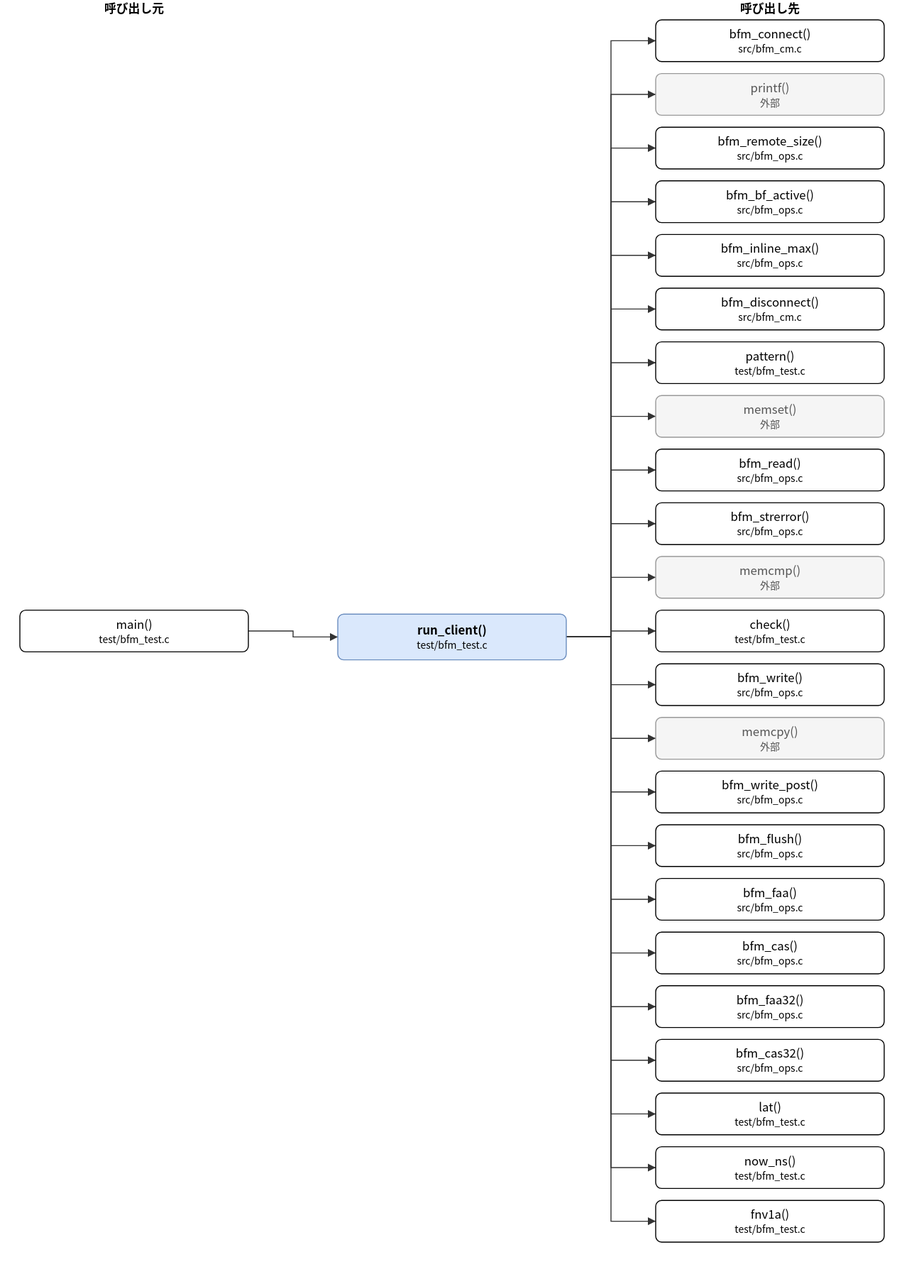
Before: doc/spec/images/call_test_bfm_test-run_client.drawio.svg, a diagram exported from draw.io (hf355051012-ai/bfmem). Source tidied: cells renumbered, new cells last; positions are measured from the earlier drawing's top-left corner, leaving out a move shared by most shapes.
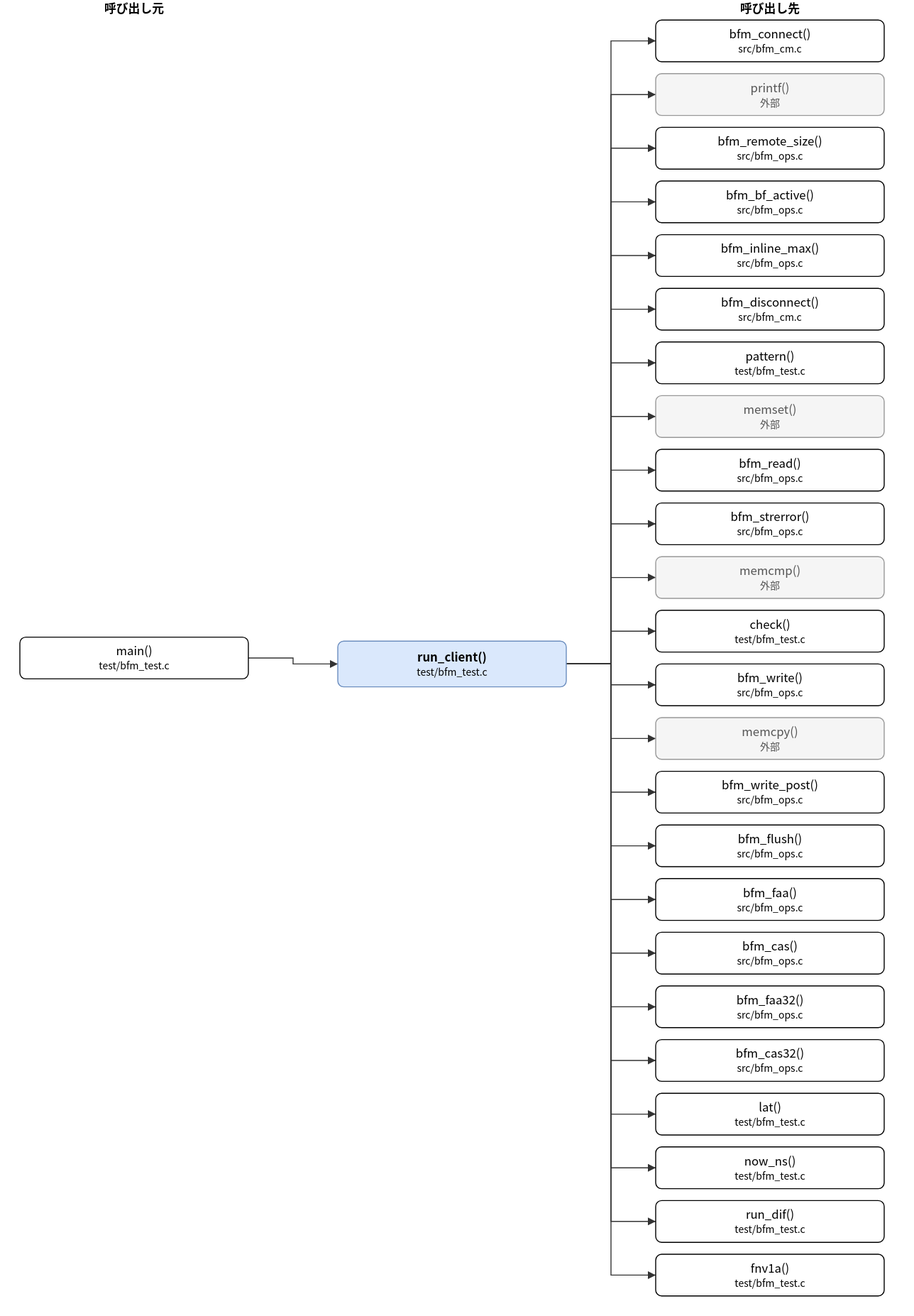
Later version of the same file.

Diff of the diagram source:
```diff
@@ -3,10 +3,10 @@
     <mxCell id="0" />
     <mxCell id="1" parent="0" />
     <mxCell id="2" value="run_client()&lt;br&gt;&lt;font style=&quot;font-size:10px&quot;&gt;test/bfm_test.c&lt;/font&gt;" style="rounded=1;whiteSpace=wrap;html=1;fillColor=#dae8fc;strokeColor=#6c8ebf;fontStyle=1;" parent="1" vertex="1">
-      <mxGeometry x="320" y="618" width="230" height="46" as="geometry" />
+      <mxGeometry x="320" y="645" width="230" height="46" as="geometry" />
     </mxCell>
     <mxCell id="3" value="main()&lt;br&gt;&lt;font style=&quot;font-size:10px&quot;&gt;test/bfm_test.c&lt;/font&gt;" style="rounded=1;whiteSpace=wrap;html=1;" parent="1" vertex="1">
-      <mxGeometry y="614" width="230" height="42" as="geometry" />
+      <mxGeometry y="641" width="230" height="42" as="geometry" />
     </mxCell>
     <mxCell id="4" value="bfm_connect()&lt;br&gt;&lt;font style=&quot;font-size:10px&quot;&gt;src/bfm_cm.c&lt;/font&gt;" style="rounded=1;whiteSpace=wrap;html=1;" parent="1" vertex="1">
       <mxGeometry x="640" y="20" width="230" height="42" as="geometry" />
@@ -74,21 +74,24 @@
     <mxCell id="25" value="now_ns()&lt;br&gt;&lt;font style=&quot;font-size:10px&quot;&gt;test/bfm_test.c&lt;/font&gt;" style="rounded=1;whiteSpace=wrap;html=1;" parent="1" vertex="1">
       <mxGeometry x="640" y="1154" width="230" height="42" as="geometry" />
     </mxCell>
-    <mxCell id="26" value="fnv1a()&lt;br&gt;&lt;font style=&quot;font-size:10px&quot;&gt;test/bfm_test.c&lt;/font&gt;" style="rounded=1;whiteSpace=wrap;html=1;" parent="1" vertex="1">
+    <mxCell id="26" value="run_dif()&lt;br&gt;&lt;font style=&quot;font-size:10px&quot;&gt;test/bfm_test.c&lt;/font&gt;" style="rounded=1;whiteSpace=wrap;html=1;" parent="1" vertex="1">
       <mxGeometry x="640" y="1208" width="230" height="42" as="geometry" />
     </mxCell>
+    <mxCell id="53" value="fnv1a()&lt;br&gt;&lt;font style=&quot;font-size:10px&quot;&gt;test/bfm_test.c&lt;/font&gt;" style="rounded=1;whiteSpace=wrap;html=1;" parent="1" vertex="1">
+      <mxGeometry x="640" y="1262" width="230" height="42" as="geometry" />
+    </mxCell>
     <mxCell id="27" style="edgeStyle=none;html=1;rounded=0;endArrow=block;endFill=1;exitX=1.0000;exitY=0.5000;exitDx=0;exitDy=0;exitPerimeter=0;entryX=0.0000;entryY=0.5000;entryDx=0;entryDy=0;entryPerimeter=0;" parent="1" edge="1" source="3" target="2">
       <mxGeometry relative="1" as="geometry">
         <Array as="points">
-          <mxPoint x="275" y="635" />
-          <mxPoint x="275" y="641" />
+          <mxPoint x="275" y="662" />
+          <mxPoint x="275" y="668" />
         </Array>
       </mxGeometry>
     </mxCell>
     <mxCell id="28" style="edgeStyle=none;html=1;rounded=0;endArrow=block;endFill=1;exitX=1.0000;exitY=0.5000;exitDx=0;exitDy=0;exitPerimeter=0;entryX=0.0000;entryY=0.5000;entryDx=0;entryDy=0;entryPerimeter=0;" parent="1" edge="1" source="2" target="4">
       <mxGeometry relative="1" as="geometry">
         <Array as="points">
-          <mxPoint x="595" y="641" />
+          <mxPoint x="595" y="668" />
           <mxPoint x="595" y="41" />
         </Array>
       </mxGeometry>
@@ -96,7 +99,7 @@
     <mxCell id="29" style="edgeStyle=none;html=1;rounded=0;endArrow=block;endFill=1;exitX=1.0000;exitY=0.5000;exitDx=0;exitDy=0;exitPerimeter=0;entryX=0.0000;entryY=0.5000;entryDx=0;entryDy=0;entryPerimeter=0;" parent="1" edge="1" source="2" target="5">
       <mxGeometry relative="1" as="geometry">
         <Array as="points">
-          <mxPoint x="595" y="641" />
+          <mxPoint x="595" y="668" />
           <mxPoint x="595" y="95" />
         </Array>
       </mxGeometry>
@@ -104,7 +107,7 @@
     <mxCell id="30" style="edgeStyle=none;html=1;rounded=0;endArrow=block;endFill=1;exitX=1.0000;exitY=0.5000;exitDx=0;exitDy=0;exitPerimeter=0;entryX=0.0000;entryY=0.5000;entryDx=0;entryDy=0;entryPerimeter=0;" parent="1" edge="1" source="2" target="6">
       <mxGeometry relative="1" as="geometry">
         <Array as="points">
-          <mxPoint x="595" y="641" />
+          <mxPoint x="595" y="668" />
           <mxPoint x="595" y="149" />
         </Array>
       </mxGeometry>
@@ -112,7 +115,7 @@
     <mxCell id="31" style="edgeStyle=none;html=1;rounded=0;endArrow=block;endFill=1;exitX=1.0000;exitY=0.5000;exitDx=0;exitDy=0;exitPerimeter=0;entryX=0.0000;entryY=0.5000;entryDx=0;entryDy=0;entryPerimeter=0;" parent="1" edge="1" source="2" target="7">
       <mxGeometry relative="1" as="geometry">
         <Array as="points">
-          <mxPoint x="595" y="641" />
+          <mxPoint x="595" y="668" />
           <mxPoint x="595" y="203" />
         </Array>
       </mxGeometry>
@@ -120,7 +123,7 @@
     <mxCell id="32" style="edgeStyle=none;html=1;rounded=0;endArrow=block;endFill=1;exitX=1.0000;exitY=0.5000;exitDx=0;exitDy=0;exitPerimeter=0;entryX=0.0000;entryY=0.5000;entryDx=0;entryDy=0;entryPerimeter=0;" parent="1" edge="1" source="2" target="8">
       <mxGeometry relative="1" as="geometry">
         <Array as="points">
-          <mxPoint x="595" y="641" />
+          <mxPoint x="595" y="668" />
           <mxPoint x="595" y="257" />
         </Array>
       </mxGeometry>
@@ -128,7 +131,7 @@
     <mxCell id="33" style="edgeStyle=none;html=1;rounded=0;endArrow=block;endFill=1;exitX=1.0000;exitY=0.5000;exitDx=0;exitDy=0;exitPerimeter=0;entryX=0.0000;entryY=0.5000;entryDx=0;entryDy=0;entryPerimeter=0;" parent="1" edge="1" source="2" target="9">
       <mxGeometry relative="1" as="geometry">
         <Array as="points">
-          <mxPoint x="595" y="641" />
+          <mxPoint x="595" y="668" />
           <mxPoint x="595" y="311" />
         </Array>
       </mxGeometry>
@@ -136,7 +139,7 @@
     <mxCell id="34" style="edgeStyle=none;html=1;rounded=0;endArrow=block;endFill=1;exitX=1.0000;exitY=0.5000;exitDx=0;exitDy=0;exitPerimeter=0;entryX=0.0000;entryY=0.5000;entryDx=0;entryDy=0;entryPerimeter=0;" parent="1" edge="1" source="2" target="10">
       <mxGeometry relative="1" as="geometry">
         <Array as="points">
-          <mxPoint x="595" y="641" />
+          <mxPoint x="595" y="668" />
           <mxPoint x="595" y="365" />
         </Array>
       </mxGeometry>
@@ -144,7 +147,7 @@
     <mxCell id="35" style="edgeStyle=none;html=1;rounded=0;endArrow=block;endFill=1;exitX=1.0000;exitY=0.5000;exitDx=0;exitDy=0;exitPerimeter=0;entryX=0.0000;entryY=0.5000;entryDx=0;entryDy=0;entryPerimeter=0;" parent="1" edge="1" source="2" target="11">
       <mxGeometry relative="1" as="geometry">
         <Array as="points">
-          <mxPoint x="595" y="641" />
+          <mxPoint x="595" y="668" />
           <mxPoint x="595" y="419" />
         </Array>
       </mxGeometry>
@@ -152,7 +155,7 @@
     <mxCell id="36" style="edgeStyle=none;html=1;rounded=0;endArrow=block;endFill=1;exitX=1.0000;exitY=0.5000;exitDx=0;exitDy=0;exitPerimeter=0;entryX=0.0000;entryY=0.5000;entryDx=0;entryDy=0;entryPerimeter=0;" parent="1" edge="1" source="2" target="12">
       <mxGeometry relative="1" as="geometry">
         <Array as="points">
-          <mxPoint x="595" y="641" />
+          <mxPoint x="595" y="668" />
           <mxPoint x="595" y="473" />
         </Array>
       </mxGeometry>
@@ -160,7 +163,7 @@
     <mxCell id="37" style="edgeStyle=none;html=1;rounded=0;endArrow=block;endFill=1;exitX=1.0000;exitY=0.5000;exitDx=0;exitDy=0;exitPerimeter=0;entryX=0.0000;entryY=0.5000;entryDx=0;entryDy=0;entryPerimeter=0;" parent="1" edge="1" source="2" target="13">
       <mxGeometry relative="1" as="geometry">
         <Array as="points">
-          <mxPoint x="595" y="641" />
+          <mxPoint x="595" y="668" />
           <mxPoint x="595" y="527" />
         </Array>
       </mxGeometry>
@@ -168,7 +171,7 @@
     <mxCell id="38" style="edgeStyle=none;html=1;rounded=0;endArrow=block;endFill=1;exitX=1.0000;exitY=0.5000;exitDx=0;exitDy=0;exitPerimeter=0;entryX=0.0000;entryY=0.5000;entryDx=0;entryDy=0;entryPerimeter=0;" parent="1" edge="1" source="2" target="14">
       <mxGeometry relative="1" as="geometry">
         <Array as="points">
-          <mxPoint x="595" y="641" />
+          <mxPoint x="595" y="668" />
           <mxPoint x="595" y="581" />
         </Array>
       </mxGeometry>
@@ -176,7 +179,7 @@
     <mxCell id="39" style="edgeStyle=none;html=1;rounded=0;endArrow=block;endFill=1;exitX=1.0000;exitY=0.5000;exitDx=0;exitDy=0;exitPerimeter=0;entryX=0.0000;entryY=0.5000;entryDx=0;entryDy=0;entryPerimeter=0;" parent="1" edge="1" source="2" target="15">
       <mxGeometry relative="1" as="geometry">
         <Array as="points">
-          <mxPoint x="595" y="641" />
+          <mxPoint x="595" y="668" />
           <mxPoint x="595" y="635" />
         </Array>
       </mxGeometry>
@@ -184,7 +187,7 @@
     <mxCell id="40" style="edgeStyle=none;html=1;rounded=0;endArrow=block;endFill=1;exitX=1.0000;exitY=0.5000;exitDx=0;exitDy=0;exitPerimeter=0;entryX=0.0000;entryY=0.5000;entryDx=0;entryDy=0;entryPerimeter=0;" parent="1" edge="1" source="2" target="16">
       <mxGeometry relative="1" as="geometry">
         <Array as="points">
-          <mxPoint x="595" y="641" />
+          <mxPoint x="595" y="668" />
           <mxPoint x="595" y="689" />
         </Array>
       </mxGeometry>
@@ -192,7 +195,7 @@
     <mxCell id="41" style="edgeStyle=none;html=1;rounded=0;endArrow=block;endFill=1;exitX=1.0000;exitY=0.5000;exitDx=0;exitDy=0;exitPerimeter=0;entryX=0.0000;entryY=0.5000;entryDx=0;entryDy=0;entryPerimeter=0;" parent="1" edge="1" source="2" target="17">
       <mxGeometry relative="1" as="geometry">
         <Array as="points">
-          <mxPoint x="595" y="641" />
+          <mxPoint x="595" y="668" />
           <mxPoint x="595" y="743" />
         </Array>
       </mxGeometry>
@@ -200,7 +203,7 @@
     <mxCell id="42" style="edgeStyle=none;html=1;rounded=0;endArrow=block;endFill=1;exitX=1.0000;exitY=0.5000;exitDx=0;exitDy=0;exitPerimeter=0;entryX=0.0000;entryY=0.5000;entryDx=0;entryDy=0;entryPerimeter=0;" parent="1" edge="1" source="2" target="18">
       <mxGeometry relative="1" as="geometry">
         <Array as="points">
-          <mxPoint x="595" y="641" />
+          <mxPoint x="595" y="668" />
           <mxPoint x="595" y="797" />
         </Array>
       </mxGeometry>
@@ -208,7 +211,7 @@
     <mxCell id="43" style="edgeStyle=none;html=1;rounded=0;endArrow=block;endFill=1;exitX=1.0000;exitY=0.5000;exitDx=0;exitDy=0;exitPerimeter=0;entryX=0.0000;entryY=0.5000;entryDx=0;entryDy=0;entryPerimeter=0;" parent="1" edge="1" source="2" target="19">
       <mxGeometry relative="1" as="geometry">
         <Array as="points">
-          <mxPoint x="595" y="641" />
+          <mxPoint x="595" y="668" />
           <mxPoint x="595" y="851" />
         </Array>
       </mxGeometry>
@@ -216,7 +219,7 @@
     <mxCell id="44" style="edgeStyle=none;html=1;rounded=0;endArrow=block;endFill=1;exitX=1.0000;exitY=0.5000;exitDx=0;exitDy=0;exitPerimeter=0;entryX=0.0000;entryY=0.5000;entryDx=0;entryDy=0;entryPerimeter=0;" parent="1" edge="1" source="2" target="20">
       <mxGeometry relative="1" as="geometry">
         <Array as="points">
-          <mxPoint x="595" y="641" />
+          <mxPoint x="595" y="668" />
           <mxPoint x="595" y="905" />
         </Array>
       </mxGeometry>
@@ -224,7 +227,7 @@
     <mxCell id="45" style="edgeStyle=none;html=1;rounded=0;endArrow=block;endFill=1;exitX=1.0000;exitY=0.5000;exitDx=0;exitDy=0;exitPerimeter=0;entryX=0.0000;entryY=0.5000;entryDx=0;entryDy=0;entryPerimeter=0;" parent="1" edge="1" source="2" target="21">
       <mxGeometry relative="1" as="geometry">
         <Array as="points">
-          <mxPoint x="595" y="641" />
+          <mxPoint x="595" y="668" />
           <mxPoint x="595" y="959" />
         </Array>
       </mxGeometry>
@@ -232,7 +235,7 @@
     <mxCell id="46" style="edgeStyle=none;html=1;rounded=0;endArrow=block;endFill=1;exitX=1.0000;exitY=0.5000;exitDx=0;exitDy=0;exitPerimeter=0;entryX=0.0000;entryY=0.5000;entryDx=0;entryDy=0;entryPerimeter=0;" parent="1" edge="1" source="2" target="22">
       <mxGeometry relative="1" as="geometry">
         <Array as="points">
-          <mxPoint x="595" y="641" />
+          <mxPoint x="595" y="668" />
           <mxPoint x="595" y="1013" />
         </Array>
       </mxGeometry>
@@ -240,7 +243,7 @@
     <mxCell id="47" style="edgeStyle=none;html=1;rounded=0;endArrow=block;endFill=1;exitX=1.0000;exitY=0.5000;exitDx=0;exitDy=0;exitPerimeter=0;entryX=0.0000;entryY=0.5000;entryDx=0;entryDy=0;entryPerimeter=0;" parent="1" edge="1" source="2" target="23">
       <mxGeometry relative="1" as="geometry">
         <Array as="points">
-          <mxPoint x="595" y="641" />
+          <mxPoint x="595" y="668" />
           <mxPoint x="595" y="1067" />
         </Array>
       </mxGeometry>
@@ -248,7 +251,7 @@
     <mxCell id="48" style="edgeStyle=none;html=1;rounded=0;endArrow=block;endFill=1;exitX=1.0000;exitY=0.5000;exitDx=0;exitDy=0;exitPerimeter=0;entryX=0.0000;entryY=0.5000;entryDx=0;entryDy=0;entryPerimeter=0;" parent="1" edge="1" source="2" target="24">
       <mxGeometry relative="1" as="geometry">
         <Array as="points">
-          <mxPoint x="595" y="641" />
+          <mxPoint x="595" y="668" />
           <mxPoint x="595" y="1121" />
         </Array>
       </mxGeometry>
@@ -256,7 +259,7 @@
     <mxCell id="49" style="edgeStyle=none;html=1;rounded=0;endArrow=block;endFill=1;exitX=1.0000;exitY=0.5000;exitDx=0;exitDy=0;exitPerimeter=0;entryX=0.0000;entryY=0.5000;entryDx=0;entryDy=0;entryPerimeter=0;" parent="1" edge="1" source="2" target="25">
       <mxGeometry relative="1" as="geometry">
         <Array as="points">
-          <mxPoint x="595" y="641" />
+          <mxPoint x="595" y="668" />
           <mxPoint x="595" y="1175" />
         </Array>
       </mxGeometry>
@@ -264,11 +267,19 @@
     <mxCell id="50" style="edgeStyle=none;html=1;rounded=0;endArrow=block;endFill=1;exitX=1.0000;exitY=0.5000;exitDx=0;exitDy=0;exitPerimeter=0;entryX=0.0000;entryY=0.5000;entryDx=0;entryDy=0;entryPerimeter=0;" parent="1" edge="1" source="2" target="26">
       <mxGeometry relative="1" as="geometry">
         <Array as="points">
-          <mxPoint x="595" y="641" />
+          <mxPoint x="595" y="668" />
           <mxPoint x="595" y="1229" />
         </Array>
       </mxGeometry>
     </mxCell>
+    <mxCell id="54" style="edgeStyle=none;html=1;rounded=0;endArrow=block;endFill=1;exitX=1.0000;exitY=0.5000;exitDx=0;exitDy=0;exitPerimeter=0;entryX=0.0000;entryY=0.5000;entryDx=0;entryDy=0;entryPerimeter=0;" parent="1" edge="1" source="2" target="53">
+      <mxGeometry relative="1" as="geometry">
+        <Array as="points">
+          <mxPoint x="595" y="668" />
+          <mxPoint x="595" y="1283" />
+        </Array>
+      </mxGeometry>
+    </mxCell>
     <mxCell id="51" value="呼び出し元" style="text;html=1;align=center;fontStyle=1;" parent="1" vertex="1">
       <mxGeometry x="35" width="160" height="18" as="geometry" />
     </mxCell>
```
